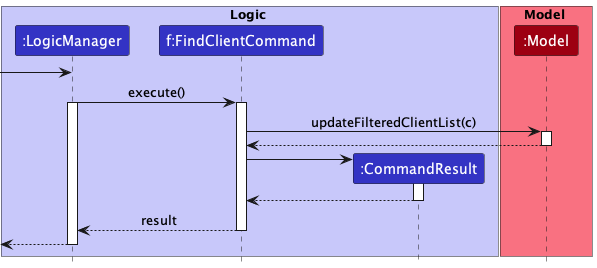
Before: docs/images/FindUpdateFilteredClientListSequenceDiagram.png, a diagram exported from PlantUML (nus-cs2103-AY2223S2/tp). The source it was exported from:
```plantuml
@startuml
!include style.puml

box Logic LOGIC_COLOR_T1
participant ":LogicManager" as LogicManager LOGIC_COLOR
participant "f:FindClientCommand" as FindClientCommand LOGIC_COLOR
participant ":CommandResult" as CommandResult LOGIC_COLOR
end box

box Model MODEL_COLOR_T1
participant ":Model" as Model MODEL_COLOR
end box

[-> LogicManager
LogicManager -> FindClientCommand : execute()
activate LogicManager
activate FindClientCommand

FindClientCommand -> Model : updateFilteredClientList(c)
activate Model

Model --> FindClientCommand
deactivate Model

create CommandResult
FindClientCommand -> CommandResult
activate CommandResult

CommandResult --> FindClientCommand
deactivate CommandResult

FindClientCommand --> LogicManager : result
deactivate FindClientCommand

[<-- LogicManager
deactivate LogicManager

@enduml
```
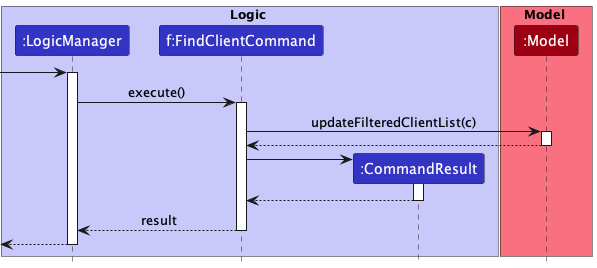
After the change.

What changed in the source:
```diff
@@ -12,8 +12,8 @@
 end box
 
 [-> LogicManager
+activate LogicManager
 LogicManager -> FindClientCommand : execute()
-activate LogicManager
 activate FindClientCommand
 
 FindClientCommand -> Model : updateFilteredClientList(c)
```
